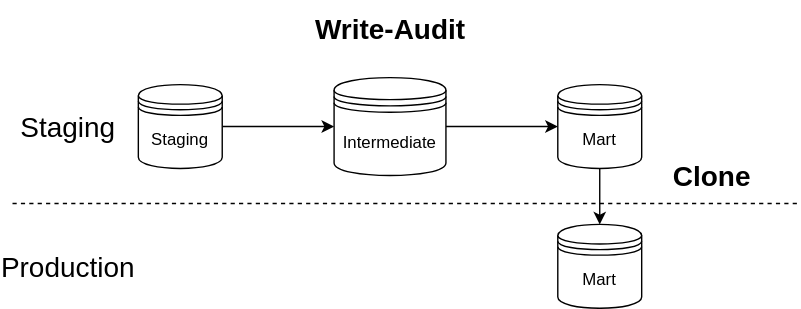
Earlier version of the draw.io export misc/bigquery_wac.drawio.svg (Hiflylabs/hiflylabs-analytics-engineering-handbook). Source tidied: cells renumbered, new cells last; positions are measured from the earlier drawing's top-left corner, leaving out a move shared by most shapes.
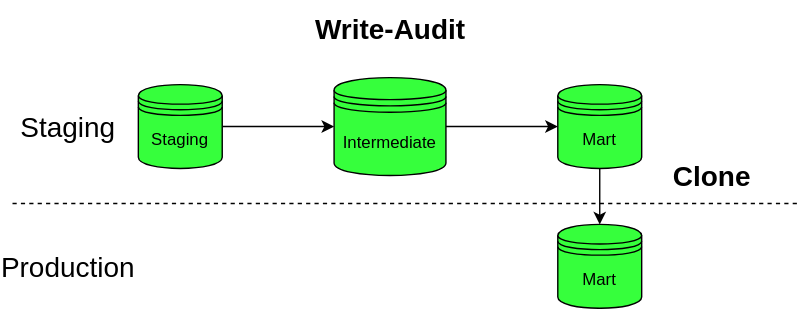
Later version of the same file.

What changed in the source:
```diff
@@ -5,22 +5,22 @@
     <mxCell id="2" style="edgeStyle=none;html=1;entryX=0;entryY=0.5;entryDx=0;entryDy=0;" parent="1" edge="1" source="3" target="5">
       <mxGeometry relative="1" as="geometry" />
     </mxCell>
-    <mxCell id="3" value="Staging" style="shape=datastore;whiteSpace=wrap;html=1;" parent="1" vertex="1">
+    <mxCell id="3" value="Staging" style="shape=datastore;whiteSpace=wrap;html=1;fillColor=#36FF3C;" parent="1" vertex="1">
       <mxGeometry x="90" y="60" width="60" height="60" as="geometry" />
     </mxCell>
     <mxCell id="4" style="edgeStyle=none;html=1;entryX=0;entryY=0.5;entryDx=0;entryDy=0;" parent="1" edge="1" source="5" target="7">
       <mxGeometry relative="1" as="geometry" />
     </mxCell>
-    <mxCell id="5" value="Intermediate" style="shape=datastore;whiteSpace=wrap;html=1;" parent="1" vertex="1">
+    <mxCell id="5" value="Intermediate" style="shape=datastore;whiteSpace=wrap;html=1;fillColor=#36FF3C;" parent="1" vertex="1">
       <mxGeometry x="230" y="55" width="80" height="70" as="geometry" />
     </mxCell>
     <mxCell id="6" style="edgeStyle=none;html=1;entryX=0.5;entryY=0;entryDx=0;entryDy=0;" parent="1" edge="1" source="7" target="8">
       <mxGeometry relative="1" as="geometry" />
     </mxCell>
-    <mxCell id="7" value="Mart" style="shape=datastore;whiteSpace=wrap;html=1;" parent="1" vertex="1">
+    <mxCell id="7" value="Mart" style="shape=datastore;whiteSpace=wrap;html=1;fillColor=#36FF3C;" parent="1" vertex="1">
       <mxGeometry x="390" y="60" width="60" height="60" as="geometry" />
     </mxCell>
-    <mxCell id="8" value="Mart" style="shape=datastore;whiteSpace=wrap;html=1;" parent="1" vertex="1">
+    <mxCell id="8" value="Mart" style="shape=datastore;whiteSpace=wrap;html=1;fillColor=#36FF3C;" parent="1" vertex="1">
       <mxGeometry x="390" y="160" width="60" height="60" as="geometry" />
     </mxCell>
     <mxCell id="9" value="&lt;font style=&quot;font-size: 20px&quot;&gt;Write-Audit&lt;/font&gt;" style="text;strokeColor=none;fillColor=none;html=1;fontSize=24;fontStyle=1;verticalAlign=middle;align=center;rotation=0;" parent="1" vertex="1">
```
